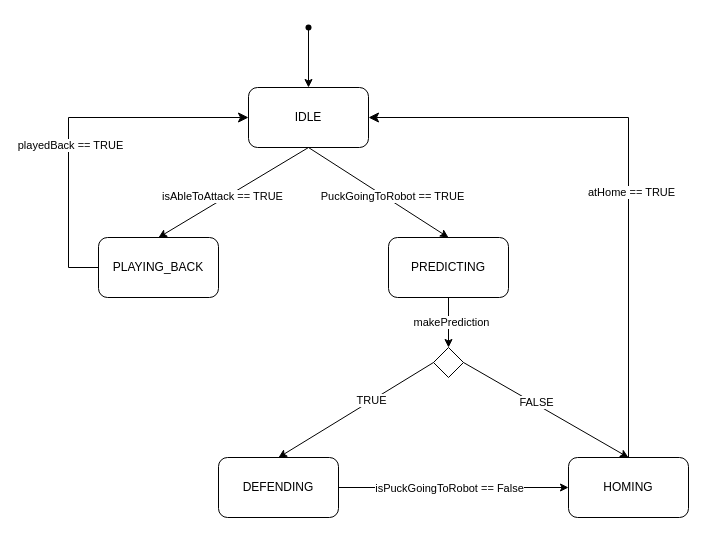
The draw.io diagram STATE.drawio in taydasd/teamstrategie, before the edit. Source tidied: cells renumbered, new cells numbered last; positions are measured from the earlier drawing's top-left corner, leaving out a move shared by most shapes. Both pictures are drawn from the tidied source at 100%, with x=0, y=0 at pixel (68, 17).
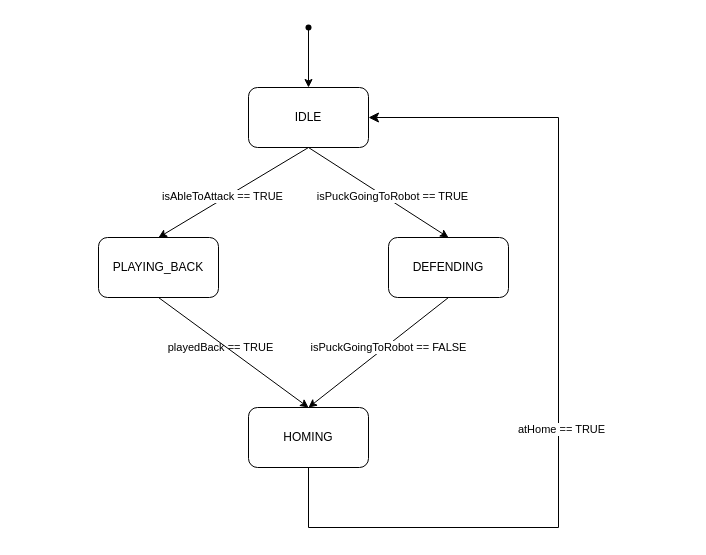
Above is the later version.

Commit message (it also covers changes not shown here):
updated state diagram and state.txt

Unchanged cells that the change refers to:
```xml
<mxCell id="2" value="IDLE" style="rounded=1;whiteSpace=wrap;html=1;" parent="1" vertex="1">
  <mxGeometry x="180" y="70" width="120" height="60" as="geometry" />
</mxCell>
<mxCell id="21" value="PLAYING_BACK" style="rounded=1;whiteSpace=wrap;html=1;" parent="1" vertex="1">
  <mxGeometry x="30" y="220" width="120" height="60" as="geometry" />
</mxCell>
```

Diff of the diagram source:
```diff
@@
-    <mxCell id="5" value="PREDICTING" style="rounded=1;whiteSpace=wrap;html=1;" parent="1" vertex="1">
-      <mxGeometry x="320" y="220" width="120" height="60" as="geometry" />
-    </mxCell>
-    <mxCell id="6" style="endArrow=classic;html=1;entryX=0.5;entryY=0;entryDx=0;entryDy=0;exitX=0.5;exitY=1;exitDx=0;exitDy=0;" parent="1" edge="1" source="2" target="5">
-      <mxGeometry relative="1" as="geometry" />
+    <mxCell id="6" style="endArrow=classic;html=1;entryX=0.5;entryY=0;entryDx=0;entryDy=0;exitX=0.5;exitY=1;exitDx=0;exitDy=0;" parent="1" edge="1" source="2">
+      <mxGeometry relative="1" as="geometry">
+        <mxPoint x="380" y="220" as="targetPoint" />
+      </mxGeometry>
     </mxCell>
-    <mxCell id="7" value="PuckGoingToRobot == TRUE" style="edgeLabel;html=1;align=center;verticalAlign=middle;" parent="6" vertex="1">
+    <mxCell id="7" value="&lt;div&gt;isPuckGoingToRobot == TRUE&lt;/div&gt;" style="edgeLabel;html=1;align=center;verticalAlign=middle;" parent="6" vertex="1">
       <mxGeometry x="-0.26" y="3" relative="1" as="geometry">
         <mxPoint x="30" y="17" as="offset" />
       </mxGeometry>
     </mxCell>
     <mxCell id="8" value="DEFENDING" style="rounded=1;whiteSpace=wrap;html=1;" parent="1" vertex="1">
-      <mxGeometry x="150" y="440" width="120" height="60" as="geometry" />
+      <mxGeometry x="320" y="220" width="120" height="60" as="geometry" />
     </mxCell>
     <mxCell id="9" value="HOMING" style="rounded=1;whiteSpace=wrap;html=1;" parent="1" vertex="1">
-      <mxGeometry x="500" y="440" width="120" height="60" as="geometry" />
+      <mxGeometry x="180" y="390" width="120" height="60" as="geometry" />
     </mxCell>
-    <mxCell id="10" style="rhombus;whiteSpace=wrap;html=1;" parent="1" vertex="1">
-      <mxGeometry x="365" y="330" width="30" height="30" as="geometry" />
-    </mxCell>
-    <mxCell id="11" style="endArrow=classic;html=1;entryX=0.5;entryY=0;entryDx=0;entryDy=0;exitX=0.5;exitY=1;exitDx=0;exitDy=0;" parent="1" edge="1" source="5" target="10">
-      <mxGeometry relative="1" as="geometry" />
-    </mxCell>
-    <mxCell id="12" value="makePrediction" style="edgeLabel;html=1;align=center;verticalAlign=middle;" parent="11" vertex="1">
-      <mxGeometry x="-0.05" y="2" relative="1" as="geometry" />
-    </mxCell>
-    <mxCell id="13" style="endArrow=classic;html=1;exitX=1;exitY=0.5;exitDx=0;exitDy=0;entryX=0.5;entryY=0;entryDx=0;entryDy=0;" parent="1" edge="1" source="10" target="9">
-      <mxGeometry relative="1" as="geometry" />
-    </mxCell>
-    <mxCell id="14" value="FALSE" style="edgeLabel;html=1;align=center;verticalAlign=middle;" parent="13" vertex="1">
-      <mxGeometry x="-0.14" y="2" relative="1" as="geometry" />
-    </mxCell>
-    <mxCell id="15" style="endArrow=classic;html=1;exitX=0;exitY=0.5;exitDx=0;exitDy=0;entryX=0.5;entryY=0;entryDx=0;entryDy=0;" parent="1" edge="1" source="10" target="8">
-      <mxGeometry relative="1" as="geometry" />
-    </mxCell>
-    <mxCell id="16" value="TRUE" style="edgeLabel;html=1;align=center;verticalAlign=middle;" parent="15" vertex="1">
-      <mxGeometry x="-0.2" y="-1" relative="1" as="geometry" />
-    </mxCell>
-    <mxCell id="17" style="endArrow=classic;html=1;exitX=1;exitY=0.5;exitDx=0;exitDy=0;entryX=0;entryY=0.5;entryDx=0;entryDy=0;" parent="1" edge="1" source="8" target="9">
+    <mxCell id="17" style="endArrow=classic;html=1;exitX=0.5;exitY=1;exitDx=0;exitDy=0;entryX=0.5;entryY=0;entryDx=0;entryDy=0;" parent="1" edge="1" source="8" target="9">
       <mxGeometry relative="1" as="geometry" />
     </mxCell>
-    <mxCell id="18" value="isPuckGoingToRobot == False" style="edgeLabel;html=1;align=center;verticalAlign=middle;" parent="17" vertex="1">
-      <mxGeometry x="-0.04" relative="1" as="geometry" />
+    <mxCell id="18" value="&lt;div&gt;playedBack == TRUE&lt;/div&gt;" style="edgeLabel;html=1;align=center;verticalAlign=middle;" parent="17" vertex="1">
+      <mxGeometry x="-0.04" relative="1" as="geometry">
+        <mxPoint x="-162" y="-3" as="offset" />
+      </mxGeometry>
     </mxCell>
-    <mxCell id="19" style="edgeStyle=elbowEdgeStyle;elbow=vertical;endArrow=classic;html=1;curved=0;rounded=0;endSize=8;startSize=8;entryX=1;entryY=0.5;entryDx=0;entryDy=0;exitX=0.5;exitY=0;exitDx=0;exitDy=0;" parent="1" edge="1" source="9" target="2">
+    <mxCell id="19" style="edgeStyle=orthogonalEdgeStyle;elbow=vertical;endArrow=classic;html=1;rounded=0;endSize=8;startSize=8;entryX=1;entryY=0.5;entryDx=0;entryDy=0;exitX=0.5;exitY=1;exitDx=0;exitDy=0;" parent="1" edge="1" source="9" target="2">
       <mxGeometry relative="1" as="geometry">
         <Array as="points">
-          <mxPoint x="370" y="100" />
+          <mxPoint x="240" y="510" />
+          <mxPoint x="490" y="510" />
+          <mxPoint x="490" y="100" />
         </Array>
       </mxGeometry>
     </mxCell>
@@
-    <mxCell id="24" style="edgeStyle=segmentEdgeStyle;endArrow=classic;html=1;curved=0;rounded=0;endSize=8;startSize=8;exitX=0;exitY=0.5;exitDx=0;exitDy=0;entryX=0;entryY=0.5;entryDx=0;entryDy=0;" parent="1" edge="1" source="21" target="2">
-      <mxGeometry relative="1" as="geometry">
-        <Array as="points">
-          <mxPoint y="250" />
-          <mxPoint y="100" />
-        </Array>
-      </mxGeometry>
-    </mxCell>
-    <mxCell id="25" value="playedBack == TRUE" style="edgeLabel;html=1;align=center;verticalAlign=middle;" parent="24" vertex="1">
-      <mxGeometry x="-0.15" y="-1" relative="1" as="geometry" />
-    </mxCell>
+    <mxCell id="26" style="endArrow=classic;html=1;exitX=0.5;exitY=1;exitDx=0;exitDy=0;entryX=0.5;entryY=0;entryDx=0;entryDy=0;" parent="1" edge="1" source="21" target="9">
+      <mxGeometry relative="1" as="geometry" />
+    </mxCell>
+    <mxCell id="27" value="isPuckGoingToRobot == FALSE" style="edgeLabel;html=1;align=center;verticalAlign=middle;" parent="26" vertex="1">
+      <mxGeometry x="-0.04" relative="1" as="geometry">
+        <mxPoint x="158" y="-3" as="offset" />
+      </mxGeometry>
+    </mxCell>
```
